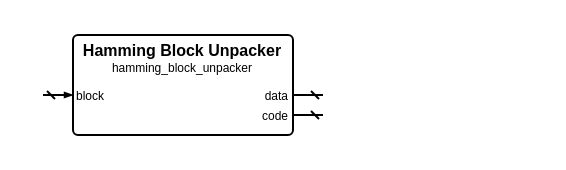
Louis-DR/OmniCores-BuildingBlocks keeps this draw.io diagram as sources/error_control/hamming/hamming_block_unpacker.symbol.drawio. Above is the earlier version. Source tidied: cells renumbered, new cells numbered last; positions are measured from the earlier drawing's top-left corner, leaving out a move shared by most shapes. Both pictures are drawn from the tidied source at 200%, with x=0, y=0 at pixel (42, 34).
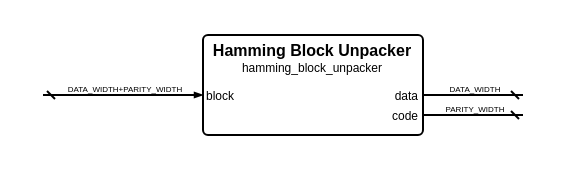
The same diagram, later.

Change to the diagram source:
```diff
@@
 <mxGraphModel>
   <root>
     <mxCell id="0" />
     <mxCell id="1" parent="0" />
     <mxCell id="2" style="group;" parent="1" vertex="1">
-      <mxGeometry width="140" height="50" as="geometry" />
+      <mxGeometry width="240" height="50" as="geometry" />
     </mxCell>
     <mxCell id="3" style="rounded=1;arcSize=5;fillColor=none;strokeWidth=1;strokeColor=black;whiteSpace=wrap;html=1;" parent="2" vertex="1">
-      <mxGeometry x="15" width="110" height="50" as="geometry" />
+      <mxGeometry x="80" width="110" height="50" as="geometry" />
     </mxCell>
     <mxCell id="4" value="Hamming Block Unpacker" style="text;html=1;align=center;verticalAlign=middle;whiteSpace=wrap;rounded=0;fontSize=8;fontStyle=1;fontColor=black;" parent="2" vertex="1">
-      <mxGeometry x="15" y="7" width="110" as="geometry" />
+      <mxGeometry x="80" y="7" width="110" as="geometry" />
     </mxCell>
     <mxCell id="5" value="hamming_block_unpacker" style="text;html=1;align=center;verticalAlign=middle;whiteSpace=wrap;rounded=0;fontSize=6;fontStyle=0;fontColor=black;" parent="2" vertex="1">
-      <mxGeometry x="15" y="16" width="110" as="geometry" />
+      <mxGeometry x="80" y="16" width="110" as="geometry" />
     </mxCell>
     <mxCell id="6" value="block" style="text;html=1;align=left;verticalAlign=middle;whiteSpace=wrap;rounded=0;fontSize=6;fontStyle=0;fontColor=black;" parent="2" vertex="1">
-      <mxGeometry x="15" y="30" width="110" as="geometry" />
+      <mxGeometry x="80" y="30" width="110" as="geometry" />
     </mxCell>
     <mxCell id="7" style="html=1;rounded=1;strokeWidth=1;strokeColor=black;startFill=0;startSize=2;startArrow=dash;endFill=1;endSize=2;endArrow=blockThin;sourcePerimeterSpacing=0;" parent="2" edge="1">
       <mxGeometry relative="1" as="geometry">
         <mxPoint y="30" as="sourcePoint" />
-        <mxPoint x="15" y="30" as="targetPoint" />
+        <mxPoint x="80" y="30" as="targetPoint" />
       </mxGeometry>
     </mxCell>
+    <mxCell id="12" value="DATA_WIDTH+PARITY_WIDTH" style="text;html=1;align=center;verticalAlign=middle;whiteSpace=nowrap;rounded=0;fontSize=4;fontStyle=0;fontColor=black;" parent="2" vertex="1">
+      <mxGeometry x="40" y="27" as="geometry" />
+    </mxCell>
     <mxCell id="8" value="data" style="text;html=1;align=right;verticalAlign=middle;whiteSpace=wrap;rounded=0;fontSize=6;fontStyle=0;fontColor=black;" parent="2" vertex="1">
-      <mxGeometry x="15" y="30" width="110" as="geometry" />
+      <mxGeometry x="80" y="30" width="110" as="geometry" />
     </mxCell>
     <mxCell id="9" style="html=1;rounded=1;strokeWidth=1;strokeColor=black;startFill=0;startSize=2;startArrow=dash;endFill=1;endSize=2;endArrow=none;sourcePerimeterSpacing=0;" parent="2" edge="1">
       <mxGeometry relative="1" as="geometry">
-        <mxPoint x="140" y="30" as="sourcePoint" />
-        <mxPoint x="125" y="30" as="targetPoint" />
+        <mxPoint x="240" y="30" as="sourcePoint" />
+        <mxPoint x="190" y="30" as="targetPoint" />
       </mxGeometry>
     </mxCell>
+    <mxCell id="13" value="DATA_WIDTH" style="text;html=1;align=center;verticalAlign=middle;whiteSpace=nowrap;rounded=0;fontSize=4;fontStyle=0;fontColor=black;" parent="2" vertex="1">
+      <mxGeometry x="215" y="27" as="geometry" />
+    </mxCell>
     <mxCell id="10" value="code" style="text;html=1;align=right;verticalAlign=middle;whiteSpace=wrap;rounded=0;fontSize=6;fontStyle=0;fontColor=black;" parent="2" vertex="1">
-      <mxGeometry x="15" y="40" width="110" as="geometry" />
+      <mxGeometry x="80" y="40" width="110" as="geometry" />
     </mxCell>
     <mxCell id="11" style="html=1;rounded=1;strokeWidth=1;strokeColor=black;startFill=0;startSize=2;startArrow=dash;endFill=1;endSize=2;endArrow=none;sourcePerimeterSpacing=0;" parent="2" edge="1">
       <mxGeometry relative="1" as="geometry">
-        <mxPoint x="140" y="40" as="sourcePoint" />
-        <mxPoint x="125" y="40" as="targetPoint" />
+        <mxPoint x="240" y="40" as="sourcePoint" />
+        <mxPoint x="190" y="40" as="targetPoint" />
       </mxGeometry>
     </mxCell>
+    <mxCell id="14" value="PARITY_WIDTH" style="text;html=1;align=center;verticalAlign=middle;whiteSpace=nowrap;rounded=0;fontSize=4;fontStyle=0;fontColor=black;" parent="2" vertex="1">
+      <mxGeometry x="215" y="37" as="geometry" />
+    </mxCell>
   </root>
 </mxGraphModel>
```
